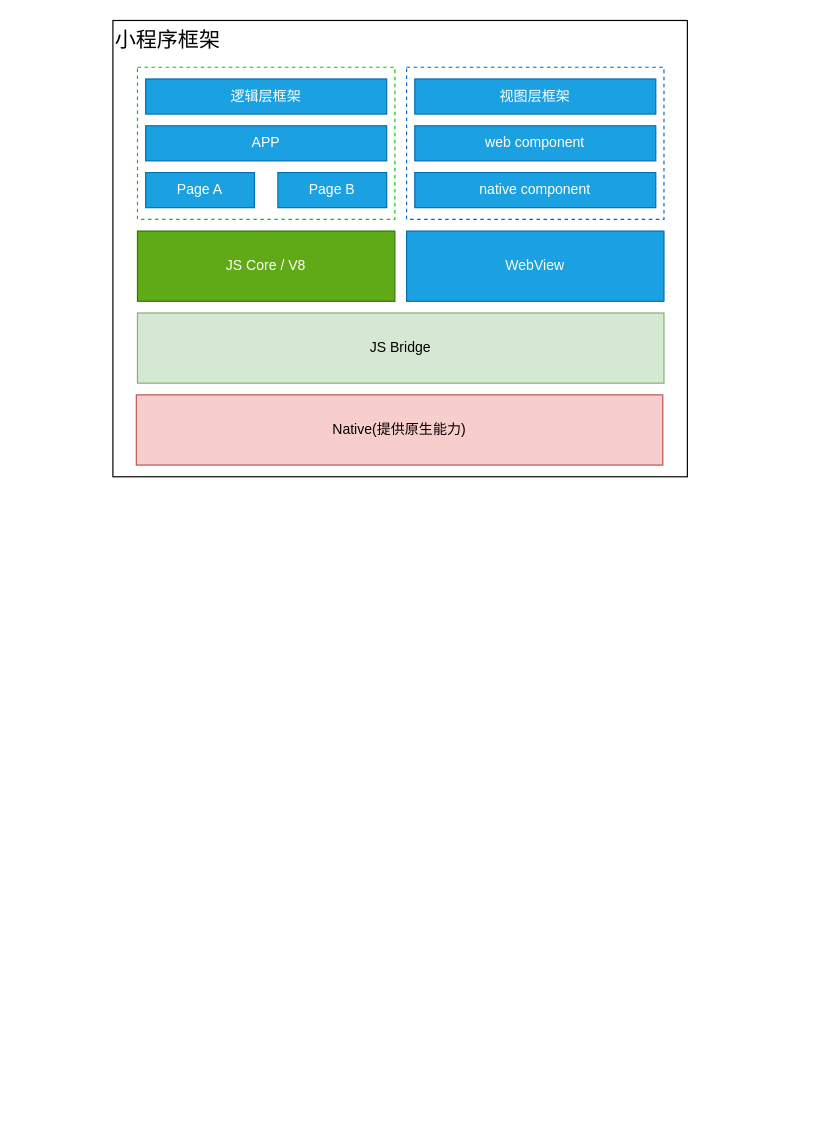
The draw.io diagram Untitled Diagram.drawio in oner0128/ThinkingInJava, before the edit. Source tidied: cells renumbered, new cells numbered last; positions are measured from the earlier drawing's top-left corner, leaving out a move shared by most shapes. Both pictures are drawn from the tidied source at 117%, with x=0, y=0 at pixel (112, 20).
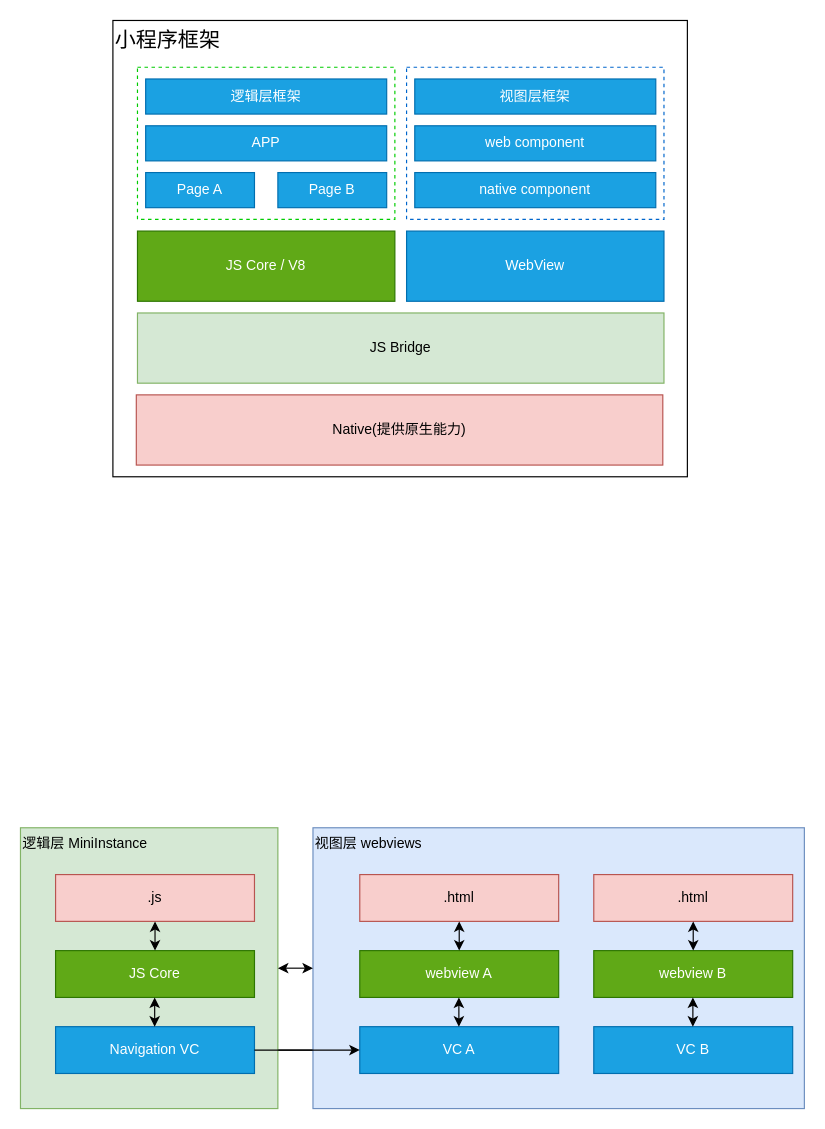
The same diagram, later.

The edit, as a diff of the source:
```diff
@@
+    <mxCell id="16" style="edgeStyle=orthogonalEdgeStyle;rounded=0;jettySize=auto;html=1;exitX=1;exitY=0.5;exitDx=0;exitDy=0;fontSize=18;" parent="1" edge="1" source="19" target="30">
+      <mxGeometry relative="1" as="geometry" />
+    </mxCell>
@@
+    <mxCell id="17" value="逻辑层 MiniInstance" style="rounded=0;whiteSpace=wrap;html=1;fillColor=#d5e8d4;strokeColor=#82b366;align=left;verticalAlign=top;" parent="1" vertex="1">
+      <mxGeometry x="-79" y="690" width="220" height="240" as="geometry" />
+    </mxCell>
+    <mxCell id="18" value="JS Core" style="rounded=0;whiteSpace=wrap;html=1;fillColor=#60a917;strokeColor=#2D7600;fontColor=#ffffff;" parent="1" vertex="1">
+      <mxGeometry x="-49" y="795" width="170" height="40" as="geometry" />
+    </mxCell>
+    <mxCell id="19" value="Navigation VC" style="rounded=0;whiteSpace=wrap;html=1;fillColor=#1ba1e2;strokeColor=#006EAF;fontColor=#ffffff;" parent="1" vertex="1">
+      <mxGeometry x="-49" y="860" width="170" height="40" as="geometry" />
+    </mxCell>
+    <mxCell id="20" value=".js" style="rounded=0;whiteSpace=wrap;html=1;fillColor=#f8cecc;strokeColor=#b85450;" parent="1" vertex="1">
+      <mxGeometry x="-49" y="730" width="170" height="40" as="geometry" />
+    </mxCell>
+    <mxCell id="21" style="endArrow=classic;startArrow=classic;html=1;fontSize=18;exitX=0.5;exitY=0;exitDx=0;exitDy=0;entryX=0.5;entryY=1;entryDx=0;entryDy=0;" parent="1" edge="1" source="18" target="20">
+      <mxGeometry relative="1" as="geometry" />
+    </mxCell>
+    <mxCell id="22" style="endArrow=classic;startArrow=classic;html=1;fontSize=18;exitX=0.5;exitY=0;exitDx=0;exitDy=0;entryX=0.5;entryY=1;entryDx=0;entryDy=0;" parent="1" edge="1">
+      <mxGeometry relative="1" as="geometry">
+        <mxPoint x="35.7" y="860" as="sourcePoint" />
+        <mxPoint x="35.7" y="835" as="targetPoint" />
+      </mxGeometry>
+    </mxCell>
+    <mxCell id="23" value="视图层 webviews" style="rounded=0;whiteSpace=wrap;html=1;fillColor=#dae8fc;strokeColor=#6c8ebf;align=left;verticalAlign=top;" parent="1" vertex="1">
+      <mxGeometry x="171" y="690" width="420" height="240" as="geometry" />
+    </mxCell>
+    <mxCell id="24" value="webview A" style="rounded=0;whiteSpace=wrap;html=1;fillColor=#60a917;strokeColor=#2D7600;fontColor=#ffffff;" parent="1" vertex="1">
+      <mxGeometry x="211" y="795" width="170" height="40" as="geometry" />
+    </mxCell>
+    <mxCell id="25" value="VC A" style="rounded=0;whiteSpace=wrap;html=1;fillColor=#1ba1e2;strokeColor=#006EAF;fontColor=#ffffff;" parent="1" vertex="1">
+      <mxGeometry x="211" y="860" width="170" height="40" as="geometry" />
+    </mxCell>
+    <mxCell id="26" value=".html" style="rounded=0;whiteSpace=wrap;html=1;fillColor=#f8cecc;strokeColor=#b85450;" parent="1" vertex="1">
+      <mxGeometry x="211" y="730" width="170" height="40" as="geometry" />
+    </mxCell>
+    <mxCell id="27" style="endArrow=classic;startArrow=classic;html=1;fontSize=18;exitX=0.5;exitY=0;exitDx=0;exitDy=0;entryX=0.5;entryY=1;entryDx=0;entryDy=0;" parent="1" edge="1" source="24" target="26">
+      <mxGeometry relative="1" as="geometry" />
+    </mxCell>
+    <mxCell id="28" style="endArrow=classic;startArrow=classic;html=1;fontSize=18;exitX=0.5;exitY=0;exitDx=0;exitDy=0;entryX=0.5;entryY=1;entryDx=0;entryDy=0;" parent="1" edge="1">
+      <mxGeometry relative="1" as="geometry">
+        <mxPoint x="295.7" y="860" as="sourcePoint" />
+        <mxPoint x="295.7" y="835" as="targetPoint" />
+      </mxGeometry>
+    </mxCell>
+    <mxCell id="29" value="webview B" style="rounded=0;whiteSpace=wrap;html=1;fillColor=#60a917;strokeColor=#2D7600;fontColor=#ffffff;" parent="1" vertex="1">
+      <mxGeometry x="411" y="795" width="170" height="40" as="geometry" />
+    </mxCell>
+    <mxCell id="30" value="VC B" style="rounded=0;whiteSpace=wrap;html=1;fillColor=#1ba1e2;strokeColor=#006EAF;fontColor=#ffffff;" parent="1" vertex="1">
+      <mxGeometry x="411" y="860" width="170" height="40" as="geometry" />
+    </mxCell>
+    <mxCell id="31" value=".html" style="rounded=0;whiteSpace=wrap;html=1;fillColor=#f8cecc;strokeColor=#b85450;" parent="1" vertex="1">
+      <mxGeometry x="411" y="730" width="170" height="40" as="geometry" />
+    </mxCell>
+    <mxCell id="32" style="endArrow=classic;startArrow=classic;html=1;fontSize=18;exitX=0.5;exitY=0;exitDx=0;exitDy=0;entryX=0.5;entryY=1;entryDx=0;entryDy=0;" parent="1" edge="1" source="29" target="31">
+      <mxGeometry relative="1" as="geometry" />
+    </mxCell>
+    <mxCell id="33" style="endArrow=classic;startArrow=classic;html=1;fontSize=18;exitX=0.5;exitY=0;exitDx=0;exitDy=0;entryX=0.5;entryY=1;entryDx=0;entryDy=0;" parent="1" edge="1">
+      <mxGeometry relative="1" as="geometry">
+        <mxPoint x="495.7" y="860" as="sourcePoint" />
+        <mxPoint x="495.7" y="835" as="targetPoint" />
+      </mxGeometry>
+    </mxCell>
+    <mxCell id="34" style="endArrow=classic;startArrow=classic;html=1;fontSize=18;exitX=1;exitY=0.5;exitDx=0;exitDy=0;entryX=0;entryY=0.5;entryDx=0;entryDy=0;" parent="1" edge="1" source="17" target="23">
+      <mxGeometry relative="1" as="geometry" />
+    </mxCell>
+    <mxCell id="35" style="edgeStyle=orthogonalEdgeStyle;rounded=0;jettySize=auto;html=1;exitX=1;exitY=0.5;exitDx=0;exitDy=0;fontSize=18;" parent="1" edge="1" source="19" target="25">
+      <mxGeometry relative="1" as="geometry" />
+    </mxCell>
```
